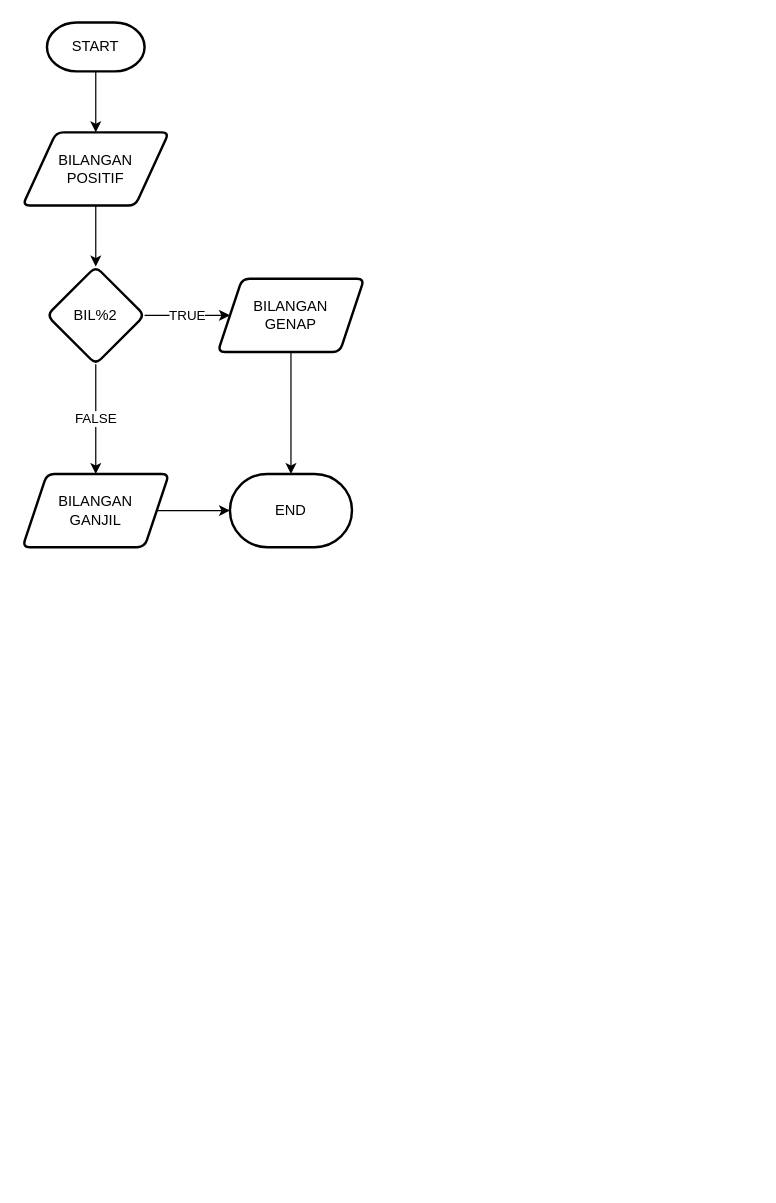
Vanvill027/Algo_B_23241075_2 keeps this draw.io diagram as Menentuka Bilangan Genap dan Ganjil.drawio. Above is the earlier version. Source tidied: cells renumbered, new cells numbered last; positions are measured from the earlier drawing's top-left corner, leaving out a move shared by most shapes. Both pictures are drawn from the tidied source at 122%, with x=0, y=0 at pixel (22, 22).
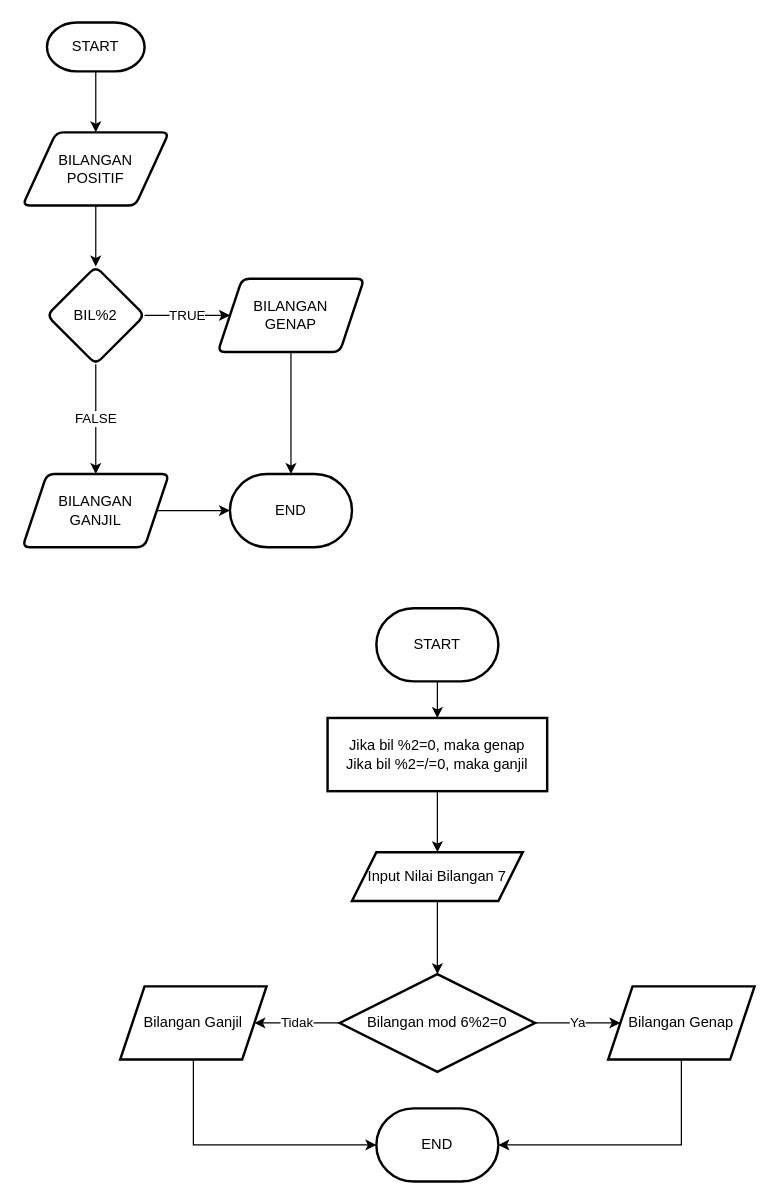
Above is the later version.

Change to the diagram source:
```diff
@@
+    <mxCell id="14" style="edgeStyle=orthogonalEdgeStyle;rounded=0;jettySize=auto;html=1;" parent="1" edge="1" source="15" target="17">
+      <mxGeometry relative="1" as="geometry" />
+    </mxCell>
+    <mxCell id="15" value="START" style="strokeWidth=2;html=1;shape=mxgraph.flowchart.terminator;whiteSpace=wrap;" parent="1" vertex="1">
+      <mxGeometry x="290" y="480" width="100" height="60" as="geometry" />
+    </mxCell>
+    <mxCell id="16" style="edgeStyle=orthogonalEdgeStyle;rounded=0;jettySize=auto;html=1;" parent="1" edge="1" source="17" target="19">
+      <mxGeometry relative="1" as="geometry" />
+    </mxCell>
+    <mxCell id="17" value="Jika bil %2=0, maka genap&lt;br&gt;Jika bil %2=/=0, maka ganjil" style="whiteSpace=wrap;html=1;strokeWidth=2;" parent="1" vertex="1">
+      <mxGeometry x="250" y="570" width="180" height="60" as="geometry" />
+    </mxCell>
+    <mxCell id="18" style="edgeStyle=orthogonalEdgeStyle;rounded=0;jettySize=auto;html=1;" parent="1" edge="1" source="19" target="22">
+      <mxGeometry relative="1" as="geometry" />
+    </mxCell>
+    <mxCell id="19" value="Input Nilai Bilangan 7" style="shape=parallelogram;perimeter=parallelogramPerimeter;whiteSpace=wrap;html=1;fixedSize=1;strokeWidth=2;" parent="1" vertex="1">
+      <mxGeometry x="270" y="680" width="140" height="40" as="geometry" />
+    </mxCell>
+    <mxCell id="20" value="Tidak" style="edgeStyle=orthogonalEdgeStyle;rounded=0;jettySize=auto;html=1;" parent="1" edge="1" source="22" target="23">
+      <mxGeometry relative="1" as="geometry" />
+    </mxCell>
+    <mxCell id="21" value="Ya" style="edgeStyle=orthogonalEdgeStyle;rounded=0;jettySize=auto;html=1;" parent="1" edge="1" source="22" target="24">
+      <mxGeometry relative="1" as="geometry" />
+    </mxCell>
+    <mxCell id="22" value="Bilangan mod 6%2=0" style="rhombus;whiteSpace=wrap;html=1;strokeWidth=2;" parent="1" vertex="1">
+      <mxGeometry x="260" y="780" width="160" height="80" as="geometry" />
+    </mxCell>
+    <mxCell id="23" value="Bilangan Ganjil" style="shape=parallelogram;perimeter=parallelogramPerimeter;whiteSpace=wrap;html=1;fixedSize=1;strokeWidth=2;" parent="1" vertex="1">
+      <mxGeometry x="80" y="790" width="120" height="60" as="geometry" />
+    </mxCell>
+    <mxCell id="24" value="Bilangan Genap" style="shape=parallelogram;perimeter=parallelogramPerimeter;whiteSpace=wrap;html=1;fixedSize=1;strokeWidth=2;" parent="1" vertex="1">
+      <mxGeometry x="480" y="790" width="120" height="60" as="geometry" />
+    </mxCell>
+    <mxCell id="25" value="END" style="strokeWidth=2;html=1;shape=mxgraph.flowchart.terminator;whiteSpace=wrap;" parent="1" vertex="1">
+      <mxGeometry x="290" y="890" width="100" height="60" as="geometry" />
+    </mxCell>
+    <mxCell id="26" style="edgeStyle=orthogonalEdgeStyle;rounded=0;jettySize=auto;html=1;exitX=0.5;exitY=1;exitDx=0;exitDy=0;entryX=0;entryY=0.5;entryDx=0;entryDy=0;entryPerimeter=0;" parent="1" edge="1" source="23" target="25">
+      <mxGeometry relative="1" as="geometry">
+        <Array as="points">
+          <mxPoint x="140" y="920" />
+        </Array>
+      </mxGeometry>
+    </mxCell>
+    <mxCell id="27" style="edgeStyle=orthogonalEdgeStyle;rounded=0;jettySize=auto;html=1;exitX=0.5;exitY=1;exitDx=0;exitDy=0;entryX=1;entryY=0.5;entryDx=0;entryDy=0;entryPerimeter=0;" parent="1" edge="1" source="24" target="25">
+      <mxGeometry relative="1" as="geometry" />
+    </mxCell>
```
